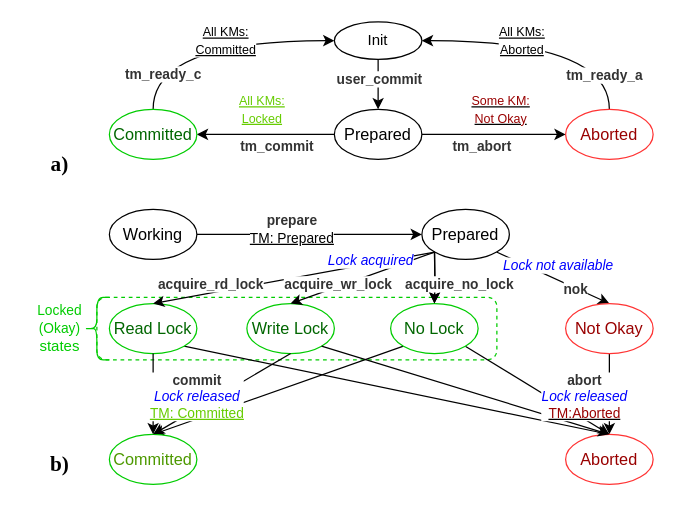
This is page "2pl_2pc" (5 of 23) of assignment/After Thesis/2pl+2pc.drawio from ShabnamRad/VerIso, a draw.io file, before an edit. Source tidied: cells renumbered, new cells numbered last; positions are measured from the earlier drawing's top-left corner, leaving out a move shared by most shapes. Both pictures are drawn from the tidied source at 125%, with x=0, y=0 at pixel (21, 21).
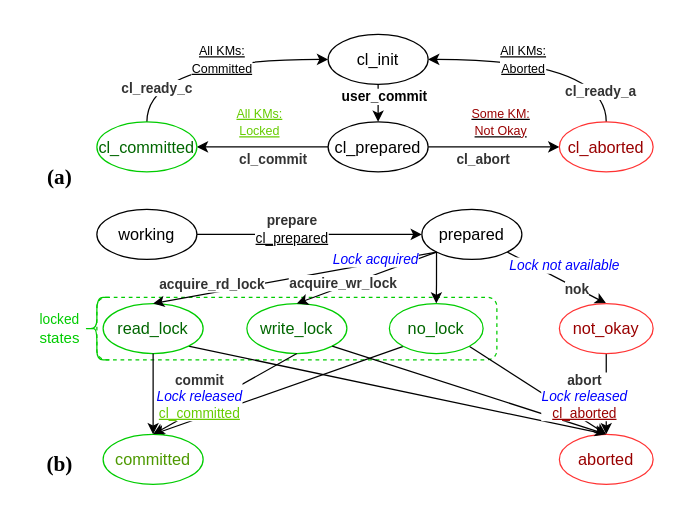
The same page after the edit.

Unchanged cells that the change refers to:
```xml
<mxCell id="5" value="&lt;font style=&quot;font-size: 10px;&quot;&gt;&lt;font style=&quot;&quot; color=&quot;#66cc00&quot;&gt;&lt;u&gt;All KMs:&lt;br&gt;Locked&lt;/u&gt;&lt;/font&gt;&lt;br&gt;&lt;/font&gt;" style="rounded=0;jettySize=auto;html=1;exitX=0;exitY=0.5;exitDx=0;exitDy=0;entryX=1;entryY=0.5;entryDx=0;entryDy=0;" parent="1" edge="1" source="9" target="12">
  <mxGeometry x="0.05" y="-20" relative="1" as="geometry" />
</mxCell>
<mxCell id="7" value="&lt;u&gt;&lt;font style=&quot;font-size: 10px;&quot; color=&quot;#990000&quot;&gt;Some KM:&lt;br&gt;Not Okay&lt;/font&gt;&lt;/u&gt;" style="edgeStyle=none;rounded=0;jettySize=auto;html=1;exitX=1;exitY=0.5;exitDx=0;exitDy=0;entryX=0;entryY=0.5;entryDx=0;entryDy=0;" parent="1" edge="1" source="9" target="15">
  <mxGeometry x="0.1" y="20" relative="1" as="geometry" />
</mxCell>
<mxCell id="24" style="edgeStyle=orthogonalEdgeStyle;rounded=0;jettySize=auto;html=1;exitX=1;exitY=0.5;exitDx=0;exitDy=0;entryX=0;entryY=0.5;entryDx=0;entryDy=0;" parent="1" edge="1" source="26" target="22">
  <mxGeometry x="-0.33" y="-10" relative="1" as="geometry" />
</mxCell>
```

Change to the diagram source:
```diff
@@
-    <mxCell id="2" style="edgeStyle=orthogonalEdgeStyle;rounded=0;jettySize=auto;html=1;exitX=0.5;exitY=1;exitDx=0;exitDy=0;entryX=0.5;entryY=0;entryDx=0;entryDy=0;" parent="1" edge="1" source="4" target="9">
-      <mxGeometry relative="1" as="geometry" />
-    </mxCell>
-    <mxCell id="3" value="&lt;font&gt;user_commit&lt;/font&gt;" style="edgeLabel;html=1;align=center;verticalAlign=middle;fontColor=#333333;fontStyle=1;" parent="2" vertex="1">
-      <mxGeometry x="-0.25" relative="1" as="geometry" />
-    </mxCell>
-    <mxCell id="4" value="Init" style="ellipse;whiteSpace=wrap;html=1;" parent="1" vertex="1">
-      <mxGeometry x="250" width="70" height="30" as="geometry" />
-    </mxCell>
@@
-    <mxCell id="6" value="&lt;font&gt;tm_commit&lt;/font&gt;" style="edgeLabel;html=1;align=center;verticalAlign=middle;fontColor=#333333;fontStyle=1;" parent="5" vertex="1">
+    <mxCell id="6" value="&lt;font&gt;cl_commit&lt;/font&gt;" style="edgeLabel;html=1;align=center;verticalAlign=middle;fontColor=#333333;fontStyle=1;" parent="5" vertex="1">
       <mxGeometry x="-0.26" y="1" relative="1" as="geometry">
         <mxPoint x="-6" y="8" as="offset" />
       </mxGeometry>
     </mxCell>
@@
-    <mxCell id="8" value="&lt;font&gt;tm_abort&lt;/font&gt;" style="edgeLabel;html=1;align=center;verticalAlign=middle;fontColor=#333333;fontStyle=1;" parent="7" vertex="1">
+    <mxCell id="8" value="&lt;font&gt;cl_abort&lt;/font&gt;" style="edgeLabel;html=1;align=center;verticalAlign=middle;fontColor=#333333;fontStyle=1;" parent="7" vertex="1">
       <mxGeometry x="-0.26" y="2" relative="1" as="geometry">
         <mxPoint x="4" y="11" as="offset" />
       </mxGeometry>
     </mxCell>
-    <mxCell id="9" value="&lt;font style=&quot;font-size: 13px;&quot;&gt;Prepared&lt;/font&gt;" style="ellipse;whiteSpace=wrap;html=1;strokeColor=#000000;" parent="1" vertex="1">
-      <mxGeometry x="250" y="70" width="70" height="40" as="geometry" />
+    <mxCell id="9" value="&lt;font style=&quot;font-size: 13px;&quot;&gt;cl_prepared&lt;/font&gt;" style="ellipse;whiteSpace=wrap;html=1;strokeColor=#000000;" parent="1" vertex="1">
+      <mxGeometry x="245" y="80" width="80" height="40" as="geometry" />
     </mxCell>
-    <mxCell id="10" value="&lt;span style=&quot;font-size: 10px;&quot;&gt;&lt;u style=&quot;&quot;&gt;All KMs:&lt;br&gt;Committed&lt;/u&gt;&lt;br&gt;&lt;/span&gt;" style="edgeStyle=orthogonalEdgeStyle;curved=1;rounded=0;jettySize=auto;html=1;entryX=0;entryY=0.5;entryDx=0;entryDy=0;exitX=0.5;exitY=0;exitDx=0;exitDy=0;" parent="1" edge="1" source="12" target="4">
+    <mxCell id="10" value="&lt;span style=&quot;font-size: 10px;&quot;&gt;&lt;u style=&quot;&quot;&gt;All KMs:&lt;br&gt;Committed&lt;/u&gt;&lt;br&gt;&lt;/span&gt;" style="edgeStyle=orthogonalEdgeStyle;curved=1;rounded=0;jettySize=auto;html=1;entryX=0;entryY=0.5;entryDx=0;entryDy=0;exitX=0.5;exitY=0;exitDx=0;exitDy=0;" parent="1" edge="1" source="12" target="48">
       <mxGeometry x="0.13" relative="1" as="geometry">
         <Array as="points">
-          <mxPoint x="105" y="15" />
+          <mxPoint x="100" y="30" />
         </Array>
       </mxGeometry>
     </mxCell>
-    <mxCell id="11" value="&lt;font&gt;tm_ready_c&lt;/font&gt;" style="edgeLabel;html=1;align=center;verticalAlign=middle;fontColor=#333333;fontStyle=1;" parent="10" vertex="1">
+    <mxCell id="11" value="&lt;font&gt;cl_ready_c&lt;/font&gt;" style="edgeLabel;html=1;align=center;verticalAlign=middle;fontColor=#333333;fontStyle=1;" parent="10" vertex="1">
       <mxGeometry x="-0.57" y="-7" relative="1" as="geometry">
         <mxPoint y="14" as="offset" />
       </mxGeometry>
     </mxCell>
-    <mxCell id="12" value="&lt;font style=&quot;font-size: 13px;&quot; color=&quot;#006600&quot;&gt;Committed&lt;/font&gt;" style="ellipse;whiteSpace=wrap;html=1;strokeColor=#00CC00;" parent="1" vertex="1">
-      <mxGeometry x="70" y="70" width="70" height="40" as="geometry" />
+    <mxCell id="12" value="&lt;font style=&quot;font-size: 13px;&quot; color=&quot;#006600&quot;&gt;cl_committed&lt;/font&gt;" style="ellipse;whiteSpace=wrap;html=1;strokeColor=#00CC00;" parent="1" vertex="1">
+      <mxGeometry x="60" y="80" width="80" height="40" as="geometry" />
     </mxCell>
-    <mxCell id="13" value="&lt;span style=&quot;font-size: 10px;&quot;&gt;&lt;u style=&quot;&quot;&gt;All KMs:&lt;br&gt;Aborted&lt;/u&gt;&lt;br&gt;&lt;/span&gt;" style="edgeStyle=orthogonalEdgeStyle;curved=1;rounded=0;jettySize=auto;html=1;entryX=1;entryY=0.5;entryDx=0;entryDy=0;exitX=0.5;exitY=0;exitDx=0;exitDy=0;" parent="1" edge="1" source="15" target="4">
+    <mxCell id="13" value="&lt;span style=&quot;font-size: 10px;&quot;&gt;&lt;u style=&quot;&quot;&gt;All KMs:&lt;br&gt;Aborted&lt;/u&gt;&lt;br&gt;&lt;/span&gt;" style="edgeStyle=orthogonalEdgeStyle;curved=1;rounded=0;jettySize=auto;html=1;entryX=1;entryY=0.5;entryDx=0;entryDy=0;exitX=0.5;exitY=0;exitDx=0;exitDy=0;" parent="1" edge="1" source="15" target="48">
       <mxGeometry x="0.22" relative="1" as="geometry">
         <Array as="points">
-          <mxPoint x="470" y="15" />
+          <mxPoint x="468" y="30" />
         </Array>
       </mxGeometry>
     </mxCell>
-    <mxCell id="14" value="&lt;font&gt;tm_ready_a&lt;/font&gt;" style="edgeLabel;html=1;align=center;verticalAlign=middle;fontColor=#333333;fontStyle=1;" parent="13" vertex="1">
+    <mxCell id="14" value="&lt;font&gt;cl_ready_a&lt;/font&gt;" style="edgeLabel;html=1;align=center;verticalAlign=middle;fontColor=#333333;fontStyle=1;" parent="13" vertex="1">
       <mxGeometry x="-0.49" y="11" relative="1" as="geometry">
         <mxPoint x="6" y="24" as="offset" />
       </mxGeometry>
     </mxCell>
-    <mxCell id="15" value="&lt;font style=&quot;font-size: 13px;&quot; color=&quot;#990000&quot;&gt;Aborted&lt;/font&gt;" style="ellipse;whiteSpace=wrap;html=1;strokeColor=#FF3333;" parent="1" vertex="1">
-      <mxGeometry x="435" y="70" width="70" height="40" as="geometry" />
+    <mxCell id="15" value="&lt;font style=&quot;font-size: 13px;&quot; color=&quot;#990000&quot;&gt;cl_aborted&lt;/font&gt;" style="ellipse;whiteSpace=wrap;html=1;strokeColor=#FF3333;" parent="1" vertex="1">
+      <mxGeometry x="430" y="80" width="75" height="40" as="geometry" />
     </mxCell>
@@
     <mxCell id="21" style="edgeStyle=orthogonalEdgeStyle;rounded=0;jettySize=auto;html=1;exitX=0;exitY=1;exitDx=0;exitDy=0;entryX=0.5;entryY=0;entryDx=0;entryDy=0;" parent="1" edge="1" source="22" target="37">
-      <mxGeometry x="-0.23" y="10" relative="1" as="geometry">
-        <mxPoint x="2" y="3" as="offset" />
-      </mxGeometry>
+      <mxGeometry relative="1" as="geometry" />
     </mxCell>
-    <mxCell id="22" value="&lt;font style=&quot;font-size: 13px;&quot;&gt;Prepared&lt;/font&gt;" style="ellipse;whiteSpace=wrap;html=1;" parent="1" vertex="1">
-      <mxGeometry x="320" y="150" width="70" height="40" as="geometry" />
+    <mxCell id="22" value="&lt;font style=&quot;font-size: 13px;&quot;&gt;prepared&lt;/font&gt;" style="ellipse;whiteSpace=wrap;html=1;" parent="1" vertex="1">
+      <mxGeometry x="320" y="150" width="80" height="40" as="geometry" />
     </mxCell>
@@
-    <mxCell id="25" value="&lt;font&gt;prepare&lt;br&gt;&lt;u style=&quot;--tw-border-spacing-x: 0; --tw-border-spacing-y: 0; --tw-translate-x: 0; --tw-translate-y: 0; --tw-rotate: 0; --tw-skew-x: 0; --tw-skew-y: 0; --tw-scale-x: 1; --tw-scale-y: 1; --tw-pan-x: ; --tw-pan-y: ; --tw-pinch-zoom: ; --tw-scroll-snap-strictness: proximity; --tw-ordinal: ; --tw-slashed-zero: ; --tw-numeric-figure: ; --tw-numeric-spacing: ; --tw-numeric-fraction: ; --tw-ring-inset: ; --tw-ring-offset-width: 0px; --tw-ring-offset-color: #fff; --tw-ring-color: rgb(59 130 246 / 0.5); --tw-ring-offset-shadow: 0 0 #0000; --tw-ring-shadow: 0 0 #0000; --tw-shadow: 0 0 #0000; --tw-shadow-colored: 0 0 #0000; --tw-blur: ; --tw-brightness: ; --tw-contrast: ; --tw-grayscale: ; --tw-hue-rotate: ; --tw-invert: ; --tw-saturate: ; --tw-sepia: ; --tw-drop-shadow: ; --tw-backdrop-blur: ; --tw-backdrop-brightness: ; --tw-backdrop-contrast: ; --tw-backdrop-grayscale: ; --tw-backdrop-hue-rotate: ; --tw-backdrop-invert: ; --tw-backdrop-opacity: ; --tw-backdrop-saturate: ; --tw-backdrop-sepia: ; border-color: var(--border-color); color: rgb(0, 0, 0); font-weight: 400;&quot;&gt;TM: Prepared&lt;/u&gt;&lt;br&gt;&lt;/font&gt;" style="edgeLabel;html=1;align=center;verticalAlign=middle;fontColor=#333333;fontStyle=1;" parent="24" vertex="1">
+    <mxCell id="25" value="&lt;font&gt;prepare&lt;br&gt;&lt;u style=&quot;--tw-border-spacing-x: 0; --tw-border-spacing-y: 0; --tw-translate-x: 0; --tw-translate-y: 0; --tw-rotate: 0; --tw-skew-x: 0; --tw-skew-y: 0; --tw-scale-x: 1; --tw-scale-y: 1; --tw-pan-x: ; --tw-pan-y: ; --tw-pinch-zoom: ; --tw-scroll-snap-strictness: proximity; --tw-ordinal: ; --tw-slashed-zero: ; --tw-numeric-figure: ; --tw-numeric-spacing: ; --tw-numeric-fraction: ; --tw-ring-inset: ; --tw-ring-offset-width: 0px; --tw-ring-offset-color: #fff; --tw-ring-color: rgb(59 130 246 / 0.5); --tw-ring-offset-shadow: 0 0 #0000; --tw-ring-shadow: 0 0 #0000; --tw-shadow: 0 0 #0000; --tw-shadow-colored: 0 0 #0000; --tw-blur: ; --tw-brightness: ; --tw-contrast: ; --tw-grayscale: ; --tw-hue-rotate: ; --tw-invert: ; --tw-saturate: ; --tw-sepia: ; --tw-drop-shadow: ; --tw-backdrop-blur: ; --tw-backdrop-brightness: ; --tw-backdrop-contrast: ; --tw-backdrop-grayscale: ; --tw-backdrop-hue-rotate: ; --tw-backdrop-invert: ; --tw-backdrop-opacity: ; --tw-backdrop-saturate: ; --tw-backdrop-sepia: ; border-color: var(--border-color); color: rgb(0, 0, 0); font-weight: 400;&quot;&gt;cl_prepared&lt;/u&gt;&lt;br&gt;&lt;/font&gt;" style="edgeLabel;html=1;align=center;verticalAlign=middle;fontColor=#333333;fontStyle=1;" parent="24" vertex="1">
       <mxGeometry x="-0.16" y="-3" relative="1" as="geometry">
         <mxPoint x="-1" y="-8" as="offset" />
       </mxGeometry>
     </mxCell>
-    <mxCell id="26" value="&lt;font style=&quot;font-size: 13px;&quot;&gt;Working&lt;/font&gt;" style="ellipse;whiteSpace=wrap;html=1;" parent="1" vertex="1">
-      <mxGeometry x="70" y="150" width="70" height="40" as="geometry" />
+    <mxCell id="26" value="&lt;font style=&quot;font-size: 13px;&quot;&gt;working&lt;/font&gt;" style="ellipse;whiteSpace=wrap;html=1;" parent="1" vertex="1">
+      <mxGeometry x="60" y="150" width="80" height="40" as="geometry" />
     </mxCell>
@@
-    <mxCell id="28" value="&lt;font style=&quot;font-size: 13px;&quot; color=&quot;#990000&quot;&gt;Not Okay&lt;/font&gt;" style="ellipse;whiteSpace=wrap;html=1;strokeColor=#FF3333;" parent="1" vertex="1">
-      <mxGeometry x="435" y="225.3" width="70" height="40" as="geometry" />
+    <mxCell id="28" value="&lt;font style=&quot;font-size: 13px;&quot; color=&quot;#990000&quot;&gt;not_okay&lt;/font&gt;" style="ellipse;whiteSpace=wrap;html=1;strokeColor=#FF3333;" parent="1" vertex="1">
+      <mxGeometry x="430" y="225.3" width="75" height="40" as="geometry" />
     </mxCell>
@@
-    <mxCell id="31" value="&lt;font color=&quot;#4d9900&quot; style=&quot;font-size: 13px;&quot;&gt;Committed&lt;/font&gt;" style="ellipse;whiteSpace=wrap;html=1;strokeColor=#00CC00;" parent="1" vertex="1">
-      <mxGeometry x="70" y="330" width="70" height="40" as="geometry" />
+    <mxCell id="31" value="&lt;font color=&quot;#4d9900&quot; style=&quot;font-size: 13px;&quot;&gt;committed&lt;/font&gt;" style="ellipse;whiteSpace=wrap;html=1;strokeColor=#00CC00;" parent="1" vertex="1">
+      <mxGeometry x="65" y="330" width="80" height="40" as="geometry" />
     </mxCell>
-    <mxCell id="32" value="&lt;font color=&quot;#990000&quot; style=&quot;font-size: 13px;&quot;&gt;Aborted&lt;/font&gt;" style="ellipse;whiteSpace=wrap;html=1;strokeColor=#FF3333;" parent="1" vertex="1">
-      <mxGeometry x="435" y="330" width="70" height="40" as="geometry" />
+    <mxCell id="32" value="&lt;font color=&quot;#990000&quot; style=&quot;font-size: 13px;&quot;&gt;aborted&lt;/font&gt;" style="ellipse;whiteSpace=wrap;html=1;strokeColor=#FF3333;" parent="1" vertex="1">
+      <mxGeometry x="430" y="330" width="75" height="40" as="geometry" />
     </mxCell>
@@
-    <mxCell id="34" value="&lt;font style=&quot;&quot; color=&quot;#00cc00&quot;&gt;&lt;span style=&quot;font-size: 11px;&quot;&gt;Locked&lt;/span&gt;&lt;br&gt;&lt;span style=&quot;font-size: 11px;&quot;&gt;(Okay) &lt;/span&gt;&lt;br&gt;&lt;font style=&quot;font-size: 12px;&quot;&gt;states&lt;/font&gt;&lt;/font&gt;" style="text;html=1;align=center;verticalAlign=middle;strokeColor=none;fillColor=none;" parent="1" vertex="1">
-      <mxGeometry y="215.3" width="60" height="60" as="geometry" />
+    <mxCell id="34" value="&lt;font style=&quot;&quot; color=&quot;#00cc00&quot;&gt;&lt;span style=&quot;font-size: 11px;&quot;&gt;locked&lt;/span&gt;&lt;br&gt;&lt;font style=&quot;font-size: 12px;&quot;&gt;states&lt;/font&gt;&lt;/font&gt;" style="text;html=1;align=center;verticalAlign=middle;strokeColor=none;fillColor=none;" parent="1" vertex="1">
+      <mxGeometry y="225.3" width="60" height="40" as="geometry" />
     </mxCell>
-    <mxCell id="35" value="&lt;font style=&quot;font-size: 13px;&quot; color=&quot;#006600&quot;&gt;Read Lock&lt;/font&gt;" style="ellipse;whiteSpace=wrap;html=1;strokeColor=#00CC00;" parent="1" vertex="1">
-      <mxGeometry x="70" y="225.3" width="70" height="40" as="geometry" />
+    <mxCell id="35" value="&lt;font style=&quot;font-size: 13px;&quot; color=&quot;#006600&quot;&gt;read_lock&lt;/font&gt;" style="ellipse;whiteSpace=wrap;html=1;strokeColor=#00CC00;" parent="1" vertex="1">
+      <mxGeometry x="65" y="225.3" width="80" height="40" as="geometry" />
     </mxCell>
-    <mxCell id="36" value="&lt;font style=&quot;font-size: 13px;&quot; color=&quot;#006600&quot;&gt;Write Lock&lt;/font&gt;" style="ellipse;whiteSpace=wrap;html=1;strokeColor=#00CC00;" parent="1" vertex="1">
-      <mxGeometry x="180" y="225.3" width="70" height="40" as="geometry" />
+    <mxCell id="36" value="&lt;font style=&quot;font-size: 13px;&quot; color=&quot;#006600&quot;&gt;write_lock&lt;/font&gt;" style="ellipse;whiteSpace=wrap;html=1;strokeColor=#00CC00;" parent="1" vertex="1">
+      <mxGeometry x="180" y="225.3" width="80" height="40" as="geometry" />
     </mxCell>
-    <mxCell id="37" value="&lt;font style=&quot;font-size: 13px;&quot; color=&quot;#006600&quot;&gt;No Lock&lt;/font&gt;" style="ellipse;whiteSpace=wrap;html=1;strokeColor=#00CC00;" parent="1" vertex="1">
-      <mxGeometry x="295" y="225.3" width="70" height="40" as="geometry" />
+    <mxCell id="37" value="&lt;font style=&quot;font-size: 13px;&quot; color=&quot;#006600&quot;&gt;no_lock&lt;/font&gt;" style="ellipse;whiteSpace=wrap;html=1;strokeColor=#00CC00;" parent="1" vertex="1">
+      <mxGeometry x="294" y="225.3" width="75" height="40" as="geometry" />
     </mxCell>
@@
-    <mxCell id="41" value="&lt;font color=&quot;#333333&quot;&gt;&lt;b&gt;commit&lt;/b&gt;&lt;/font&gt;&lt;font color=&quot;#0000ff&quot;&gt;&lt;br&gt;&lt;i&gt;Lock released&lt;/i&gt;&lt;/font&gt;&lt;br&gt;&lt;font color=&quot;#66cc00&quot; style=&quot;text-decoration-line: underline;&quot;&gt;TM: Committed&lt;/font&gt;" style="edgeStyle=none;rounded=0;jettySize=auto;html=1;entryX=0.5;entryY=0;entryDx=0;entryDy=0;exitX=0.5;exitY=1;exitDx=0;exitDy=0;" parent="1" edge="1" source="36" target="31">
+    <mxCell id="41" value="&lt;font color=&quot;#333333&quot;&gt;&lt;b&gt;commit&lt;/b&gt;&lt;/font&gt;&lt;font color=&quot;#0000ff&quot;&gt;&lt;br&gt;&lt;i&gt;Lock released&lt;/i&gt;&lt;/font&gt;&lt;br&gt;&lt;font color=&quot;#66cc00&quot; style=&quot;text-decoration-line: underline;&quot;&gt;cl_committed&lt;/font&gt;" style="edgeStyle=none;rounded=0;jettySize=auto;html=1;entryX=0.5;entryY=0;entryDx=0;entryDy=0;exitX=0.5;exitY=1;exitDx=0;exitDy=0;" parent="1" edge="1" source="36" target="31">
       <mxGeometry x="0.29" y="-8" relative="1" as="geometry" />
     </mxCell>
@@
-    <mxCell id="44" value="&lt;font style=&quot;&quot;&gt;&lt;font color=&quot;#333333&quot;&gt;&lt;b&gt;abort&lt;/b&gt;&lt;/font&gt;&lt;font color=&quot;#0000ff&quot;&gt;&lt;br&gt;&lt;i&gt;Lock released&lt;/i&gt;&lt;/font&gt;&lt;br&gt;&lt;u style=&quot;&quot;&gt;&lt;font color=&quot;#990000&quot;&gt;TM:Aborted&lt;/font&gt;&lt;/u&gt;&lt;/font&gt;" style="edgeStyle=none;rounded=0;jettySize=auto;html=1;exitX=1;exitY=1;exitDx=0;exitDy=0;entryX=0.5;entryY=0;entryDx=0;entryDy=0;" parent="1" edge="1" source="36" target="32">
+    <mxCell id="44" value="&lt;font style=&quot;&quot;&gt;&lt;font color=&quot;#333333&quot;&gt;&lt;b&gt;abort&lt;/b&gt;&lt;/font&gt;&lt;font color=&quot;#0000ff&quot;&gt;&lt;br&gt;&lt;i&gt;Lock released&lt;/i&gt;&lt;/font&gt;&lt;br&gt;&lt;font style=&quot;&quot; color=&quot;#990000&quot;&gt;&lt;u&gt;cl_aborted&lt;/u&gt;&lt;/font&gt;&lt;/font&gt;" style="edgeStyle=none;rounded=0;jettySize=auto;html=1;exitX=1;exitY=1;exitDx=0;exitDy=0;entryX=0.5;entryY=0;entryDx=0;entryDy=0;" parent="1" edge="1" source="36" target="32">
       <mxGeometry x="0.77" y="23" relative="1" as="geometry" />
     </mxCell>
-    <mxCell id="45" value="&lt;b&gt;&lt;font style=&quot;font-size: 17px;&quot; face=&quot;Times New Roman&quot;&gt;a)&lt;/font&gt;&lt;/b&gt;" style="text;html=1;align=center;verticalAlign=middle;strokeColor=none;fillColor=none;" parent="1" vertex="1">
-      <mxGeometry x="10" y="100" width="40" height="30" as="geometry" />
+    <mxCell id="45" value="&lt;b&gt;&lt;font style=&quot;font-size: 17px;&quot; face=&quot;Times New Roman&quot;&gt;(a)&lt;/font&gt;&lt;/b&gt;" style="text;html=1;align=center;verticalAlign=middle;strokeColor=none;fillColor=none;" parent="1" vertex="1">
+      <mxGeometry x="10" y="110" width="40" height="30" as="geometry" />
     </mxCell>
-    <mxCell id="46" value="&lt;b&gt;&lt;font style=&quot;font-size: 17px;&quot; face=&quot;Times New Roman&quot;&gt;b)&lt;/font&gt;&lt;/b&gt;" style="text;html=1;align=center;verticalAlign=middle;strokeColor=none;fillColor=none;" parent="1" vertex="1">
+    <mxCell id="46" value="&lt;b&gt;&lt;font style=&quot;font-size: 17px;&quot; face=&quot;Times New Roman&quot;&gt;(b)&lt;/font&gt;&lt;/b&gt;" style="text;html=1;align=center;verticalAlign=middle;strokeColor=none;fillColor=none;" parent="1" vertex="1">
       <mxGeometry x="10" y="340" width="40" height="30" as="geometry" />
     </mxCell>
-    <mxCell id="47" value="&lt;font color=&quot;#333333&quot;&gt;&lt;b&gt;acquire_no_lock&lt;/b&gt;&lt;/font&gt;" style="edgeStyle=orthogonalEdgeStyle;rounded=0;jettySize=auto;html=1;exitX=0;exitY=1;exitDx=0;exitDy=0;entryX=0.5;entryY=0;entryDx=0;entryDy=0;" parent="1" edge="1" target="37">
-      <mxGeometry x="0.27" y="20" relative="1" as="geometry">
-        <mxPoint x="330" y="184" as="sourcePoint" />
-      </mxGeometry>
-    </mxCell>
+    <mxCell id="3" value="&lt;b&gt;user_commit&lt;/b&gt;" style="edgeStyle=orthogonalEdgeStyle;rounded=0;jettySize=auto;html=1;exitX=0.5;exitY=1;exitDx=0;exitDy=0;entryX=0.5;entryY=0;entryDx=0;entryDy=0;" parent="1" edge="1" source="48" target="9">
+      <mxGeometry x="-0.33" y="5" relative="1" as="geometry" />
+    </mxCell>
+    <mxCell id="48" value="&lt;font style=&quot;font-size: 13px;&quot;&gt;cl_init&lt;/font&gt;" style="ellipse;whiteSpace=wrap;html=1;strokeColor=#000000;" parent="1" vertex="1">
+      <mxGeometry x="245" y="10" width="80" height="40" as="geometry" />
+    </mxCell>
```
